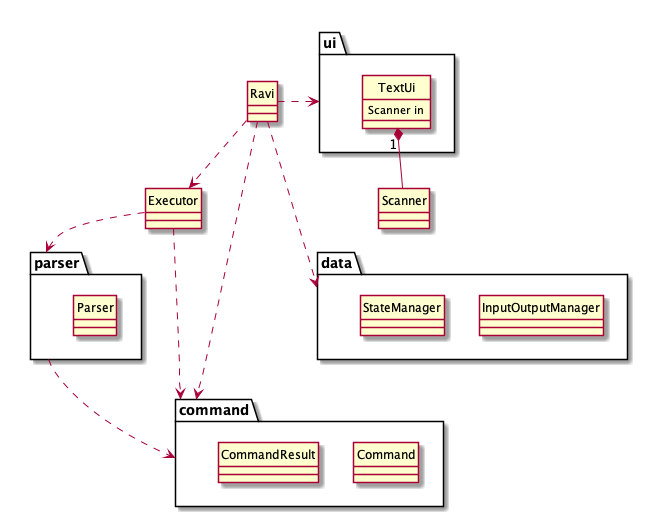
This is docs/diagrams/MainClassDiagram.png from wangqinNick/tp, a PlantUML export, as it was before one commit.
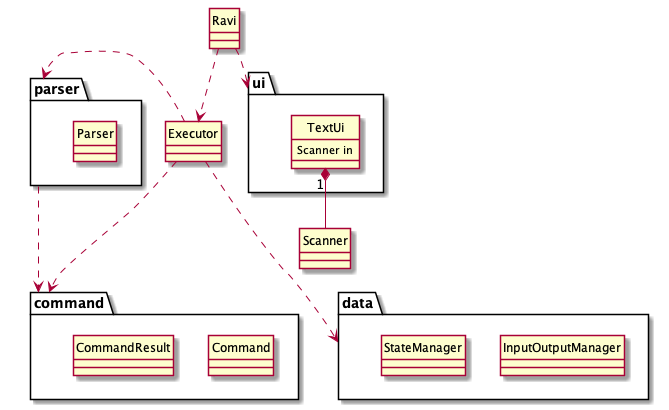
After the change.

Commit message:
Updates for DG and diagrams; moved more stuff to Executor

The edit, as a diff of the source:
```diff
@@ -26,14 +26,13 @@
     }
 }
 
-Ravi .> ui
+Ravi ..> ui
 Ravi ..> Executor
-Ravi ...> data
-Ravi ..> command
 
-Executor ..> parser
-parser ..> command
+Executor ...> data
 Executor ..> command
+Executor .> parser
+parser ...> command
 
 TextUi "1" *-- Scanner
 
```
